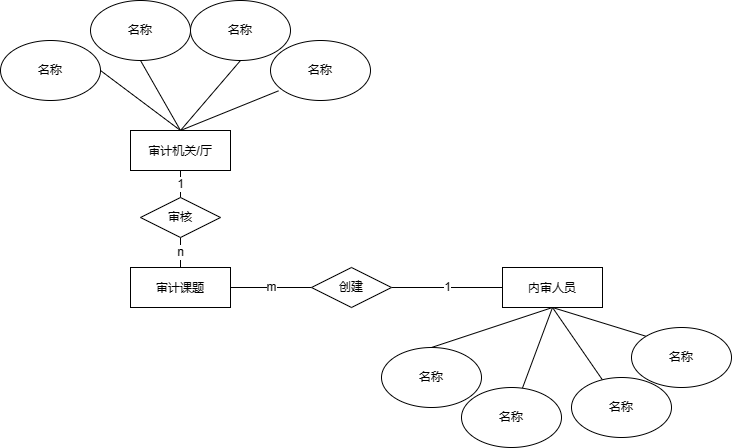
Earlier version of the draw.io export 未命名绘图.drawio.png (chenxuansoeasy/BERT-pytorch). Source tidied: cells renumbered, new cells last; positions are measured from the earlier drawing's top-left corner, leaving out a move shared by most shapes.
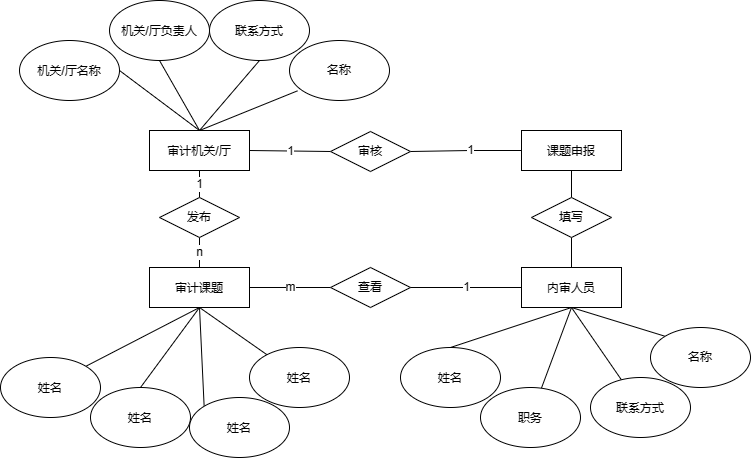
The same file after the commit.

Commit message:
更新未命名绘图.drawio.png

What changed in the source:
```diff
@@ -8,25 +8,40 @@
     <mxCell id="3" value="1" style="rounded=0;jettySize=auto;html=1;exitX=0.5;exitY=1;exitDx=0;exitDy=0;entryX=0.5;entryY=0;entryDx=0;entryDy=0;endArrow=none;endFill=0;" parent="1" edge="1" source="4" target="20">
       <mxGeometry relative="1" as="geometry" />
     </mxCell>
+    <mxCell id="27" value="1" style="edgeStyle=none;rounded=0;jettySize=auto;html=1;exitX=1;exitY=0.5;exitDx=0;exitDy=0;entryX=0;entryY=0.5;entryDx=0;entryDy=0;endArrow=none;endFill=0;" parent="1" edge="1" source="4" target="37">
+      <mxGeometry relative="1" as="geometry" />
+    </mxCell>
     <mxCell id="4" value="&lt;p class=&quot;MsoNormal&quot;&gt;&lt;font face=&quot;Segoe UI&quot;&gt;审计机关&lt;/font&gt;/厅&lt;/p&gt;" style="whiteSpace=wrap;html=1;align=center;" parent="1" vertex="1">
       <mxGeometry x="130" y="130" width="100" height="40" as="geometry" />
     </mxCell>
     <mxCell id="5" value="m" style="rounded=0;jettySize=auto;html=1;exitX=1;exitY=0.5;exitDx=0;exitDy=0;entryX=0;entryY=0.5;entryDx=0;entryDy=0;endArrow=none;endFill=0;" parent="1" edge="1" source="6" target="22">
       <mxGeometry relative="1" as="geometry" />
     </mxCell>
+    <mxCell id="28" style="edgeStyle=none;rounded=0;jettySize=auto;html=1;exitX=0.5;exitY=1;exitDx=0;exitDy=0;entryX=1;entryY=0;entryDx=0;entryDy=0;endArrow=none;endFill=0;" parent="1" edge="1" source="6" target="32">
+      <mxGeometry relative="1" as="geometry" />
+    </mxCell>
+    <mxCell id="29" style="edgeStyle=none;rounded=0;jettySize=auto;html=1;exitX=0.5;exitY=1;exitDx=0;exitDy=0;entryX=0.5;entryY=0;entryDx=0;entryDy=0;endArrow=none;endFill=0;" parent="1" edge="1" source="6" target="33">
+      <mxGeometry relative="1" as="geometry" />
+    </mxCell>
+    <mxCell id="30" style="edgeStyle=none;rounded=0;jettySize=auto;html=1;exitX=0.5;exitY=1;exitDx=0;exitDy=0;entryX=0;entryY=0;entryDx=0;entryDy=0;endArrow=none;endFill=0;" parent="1" edge="1" source="6" target="34">
+      <mxGeometry relative="1" as="geometry" />
+    </mxCell>
+    <mxCell id="31" style="edgeStyle=none;rounded=0;jettySize=auto;html=1;exitX=0.5;exitY=1;exitDx=0;exitDy=0;endArrow=none;endFill=0;" parent="1" edge="1" source="6" target="35">
+      <mxGeometry relative="1" as="geometry" />
+    </mxCell>
     <mxCell id="6" value="&lt;p class=&quot;MsoNormal&quot;&gt;&lt;font face=&quot;Segoe UI&quot;&gt;审计课题&lt;/font&gt;&lt;/p&gt;" style="whiteSpace=wrap;html=1;align=center;" parent="1" vertex="1">
       <mxGeometry x="130" y="267" width="100" height="40" as="geometry" />
     </mxCell>
     <mxCell id="7" style="rounded=0;jettySize=auto;html=1;exitX=0.5;exitY=1;exitDx=0;exitDy=0;entryX=0.5;entryY=0;entryDx=0;entryDy=0;endArrow=none;endFill=0;" parent="1" edge="1" source="8" target="4">
       <mxGeometry relative="1" as="geometry" />
     </mxCell>
-    <mxCell id="8" value="名称" style="ellipse;whiteSpace=wrap;html=1;align=center;" parent="1" vertex="1">
+    <mxCell id="8" value="&lt;p class=&quot;MsoNormal&quot;&gt;&lt;font face=&quot;Segoe UI&quot;&gt;机关&lt;/font&gt;/厅负责人&lt;/p&gt;" style="ellipse;whiteSpace=wrap;html=1;align=center;" parent="1" vertex="1">
       <mxGeometry x="90" width="100" height="60" as="geometry" />
     </mxCell>
     <mxCell id="9" style="rounded=0;jettySize=auto;html=1;exitX=0.5;exitY=1;exitDx=0;exitDy=0;endArrow=none;endFill=0;entryX=0.5;entryY=0;entryDx=0;entryDy=0;" parent="1" edge="1" source="10" target="4">
       <mxGeometry relative="1" as="geometry" />
     </mxCell>
-    <mxCell id="10" value="名称" style="ellipse;whiteSpace=wrap;html=1;align=center;" parent="1" vertex="1">
+    <mxCell id="10" value="&lt;p class=&quot;MsoNormal&quot;&gt;&lt;font face=&quot;Segoe UI&quot;&gt;联系方式&lt;/font&gt;&lt;/p&gt;" style="ellipse;whiteSpace=wrap;html=1;align=center;" parent="1" vertex="1">
       <mxGeometry x="190" width="100" height="60" as="geometry" />
     </mxCell>
     <mxCell id="11" value="名称" style="ellipse;whiteSpace=wrap;html=1;align=center;" parent="1" vertex="1">
@@ -35,7 +50,7 @@
     <mxCell id="12" style="rounded=0;jettySize=auto;html=1;exitX=1;exitY=0.5;exitDx=0;exitDy=0;entryX=0.5;entryY=0;entryDx=0;entryDy=0;endArrow=none;endFill=0;" parent="1" edge="1" source="13" target="4">
       <mxGeometry relative="1" as="geometry" />
     </mxCell>
-    <mxCell id="13" value="名称" style="ellipse;whiteSpace=wrap;html=1;align=center;" parent="1" vertex="1">
+    <mxCell id="13" value="&lt;p class=&quot;MsoNormal&quot;&gt;&lt;font face=&quot;Segoe UI&quot;&gt;机关&lt;/font&gt;/厅名称&lt;/p&gt;" style="ellipse;whiteSpace=wrap;html=1;align=center;" parent="1" vertex="1">
       <mxGeometry y="40" width="100" height="60" as="geometry" />
     </mxCell>
     <mxCell id="14" style="rounded=0;jettySize=auto;html=1;exitX=0.5;exitY=1;exitDx=0;exitDy=0;entryX=0.5;entryY=0;entryDx=0;entryDy=0;endArrow=none;endFill=0;" parent="1" edge="1" source="18" target="24">
@@ -56,26 +71,61 @@
     <mxCell id="19" value="n" style="rounded=0;jettySize=auto;html=1;exitX=0.5;exitY=1;exitDx=0;exitDy=0;entryX=0.5;entryY=0;entryDx=0;entryDy=0;endArrow=none;endFill=0;" parent="1" edge="1" source="20" target="6">
       <mxGeometry relative="1" as="geometry" />
     </mxCell>
-    <mxCell id="20" value="审核" style="shape=rhombus;perimeter=rhombusPerimeter;whiteSpace=wrap;html=1;align=center;" parent="1" vertex="1">
+    <mxCell id="20" value="发布" style="shape=rhombus;perimeter=rhombusPerimeter;whiteSpace=wrap;html=1;align=center;" parent="1" vertex="1">
       <mxGeometry x="140" y="197" width="80" height="40" as="geometry" />
     </mxCell>
     <mxCell id="21" value="1" style="rounded=0;jettySize=auto;html=1;exitX=1;exitY=0.5;exitDx=0;exitDy=0;entryX=0;entryY=0.5;entryDx=0;entryDy=0;endArrow=none;endFill=0;" parent="1" edge="1" source="22" target="18">
       <mxGeometry relative="1" as="geometry" />
     </mxCell>
-    <mxCell id="22" value="创建" style="shape=rhombus;perimeter=rhombusPerimeter;whiteSpace=wrap;html=1;align=center;" parent="1" vertex="1">
+    <mxCell id="22" value="查看" style="shape=rhombus;perimeter=rhombusPerimeter;whiteSpace=wrap;html=1;align=center;" parent="1" vertex="1">
       <mxGeometry x="311" y="267" width="80" height="40" as="geometry" />
     </mxCell>
-    <mxCell id="23" value="名称" style="ellipse;whiteSpace=wrap;html=1;align=center;" parent="1" vertex="1">
+    <mxCell id="23" value="&lt;p class=&quot;MsoNormal&quot;&gt;&lt;font face=&quot;Segoe UI&quot;&gt;职务&lt;/font&gt;&lt;/p&gt;" style="ellipse;whiteSpace=wrap;html=1;align=center;" parent="1" vertex="1">
       <mxGeometry x="461" y="387" width="100" height="60" as="geometry" />
     </mxCell>
-    <mxCell id="24" value="名称" style="ellipse;whiteSpace=wrap;html=1;align=center;" parent="1" vertex="1">
+    <mxCell id="24" value="&lt;p class=&quot;MsoNormal&quot;&gt;&lt;font face=&quot;Segoe UI&quot;&gt;姓名&lt;/font&gt;&lt;/p&gt;" style="ellipse;whiteSpace=wrap;html=1;align=center;" parent="1" vertex="1">
       <mxGeometry x="381" y="347" width="100" height="60" as="geometry" />
     </mxCell>
-    <mxCell id="25" value="名称" style="ellipse;whiteSpace=wrap;html=1;align=center;" parent="1" vertex="1">
+    <mxCell id="25" value="&lt;p class=&quot;MsoNormal&quot;&gt;&lt;font face=&quot;Segoe UI&quot;&gt;联系方式&lt;/font&gt;&lt;/p&gt;" style="ellipse;whiteSpace=wrap;html=1;align=center;" parent="1" vertex="1">
       <mxGeometry x="571" y="377" width="100" height="60" as="geometry" />
     </mxCell>
     <mxCell id="26" value="名称" style="ellipse;whiteSpace=wrap;html=1;align=center;" parent="1" vertex="1">
       <mxGeometry x="631" y="327" width="100" height="60" as="geometry" />
     </mxCell>
+    <mxCell id="32" value="&lt;p class=&quot;MsoNormal&quot;&gt;&lt;font face=&quot;Segoe UI&quot;&gt;姓名&lt;/font&gt;&lt;/p&gt;" style="ellipse;whiteSpace=wrap;html=1;align=center;" parent="1" vertex="1">
+      <mxGeometry x="-19" y="357" width="100" height="60" as="geometry" />
+    </mxCell>
+    <mxCell id="33" value="&lt;p class=&quot;MsoNormal&quot;&gt;&lt;font face=&quot;Segoe UI&quot;&gt;姓名&lt;/font&gt;&lt;/p&gt;" style="ellipse;whiteSpace=wrap;html=1;align=center;" parent="1" vertex="1">
+      <mxGeometry x="71" y="387" width="100" height="60" as="geometry" />
+    </mxCell>
+    <mxCell id="34" value="&lt;p class=&quot;MsoNormal&quot;&gt;&lt;font face=&quot;Segoe UI&quot;&gt;姓名&lt;/font&gt;&lt;/p&gt;" style="ellipse;whiteSpace=wrap;html=1;align=center;" parent="1" vertex="1">
+      <mxGeometry x="170" y="397" width="100" height="60" as="geometry" />
+    </mxCell>
+    <mxCell id="35" value="&lt;p class=&quot;MsoNormal&quot;&gt;&lt;font face=&quot;Segoe UI&quot;&gt;姓名&lt;/font&gt;&lt;/p&gt;" style="ellipse;whiteSpace=wrap;html=1;align=center;" parent="1" vertex="1">
+      <mxGeometry x="230" y="347" width="100" height="60" as="geometry" />
+    </mxCell>
+    <mxCell id="36" value="1" style="edgeStyle=none;rounded=0;jettySize=auto;html=1;exitX=1;exitY=0.5;exitDx=0;exitDy=0;entryX=0;entryY=0.5;entryDx=0;entryDy=0;endArrow=none;endFill=0;" parent="1" edge="1" source="37">
+      <mxGeometry relative="1" as="geometry">
+        <mxPoint x="511" y="150" as="targetPoint" />
+        <Array as="points">
+          <mxPoint x="451" y="150" />
+        </Array>
+      </mxGeometry>
+    </mxCell>
+    <mxCell id="37" value="审核" style="shape=rhombus;perimeter=rhombusPerimeter;whiteSpace=wrap;html=1;align=center;" parent="1" vertex="1">
+      <mxGeometry x="311" y="131" width="80" height="40" as="geometry" />
+    </mxCell>
+    <mxCell id="38" style="edgeStyle=none;rounded=0;jettySize=auto;html=1;exitX=0.5;exitY=1;exitDx=0;exitDy=0;entryX=0.5;entryY=0;entryDx=0;entryDy=0;endArrow=none;endFill=0;" parent="1" edge="1" source="39" target="41">
+      <mxGeometry relative="1" as="geometry" />
+    </mxCell>
+    <mxCell id="39" value="&lt;p class=&quot;MsoNormal&quot;&gt;&lt;font face=&quot;Segoe UI&quot;&gt;课题申报&lt;/font&gt;&lt;/p&gt;" style="whiteSpace=wrap;html=1;align=center;" parent="1" vertex="1">
+      <mxGeometry x="502" y="130" width="100" height="40" as="geometry" />
+    </mxCell>
+    <mxCell id="40" style="edgeStyle=none;rounded=0;jettySize=auto;html=1;exitX=0.5;exitY=1;exitDx=0;exitDy=0;entryX=0.5;entryY=0;entryDx=0;entryDy=0;endArrow=none;endFill=0;" parent="1" edge="1" source="41" target="18">
+      <mxGeometry relative="1" as="geometry" />
+    </mxCell>
+    <mxCell id="41" value="填写" style="shape=rhombus;perimeter=rhombusPerimeter;whiteSpace=wrap;html=1;align=center;" parent="1" vertex="1">
+      <mxGeometry x="512" y="197" width="80" height="40" as="geometry" />
+    </mxCell>
   </root>
 </mxGraphModel>
```
